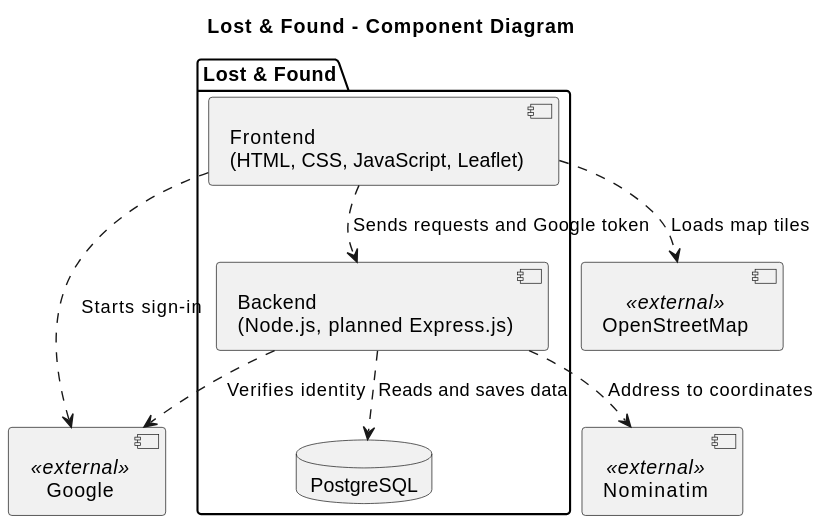
This is docs/assets/diagrams/component-diagram.svg from Reenial/LEGIS, a PlantUML export, as it was before one commit.
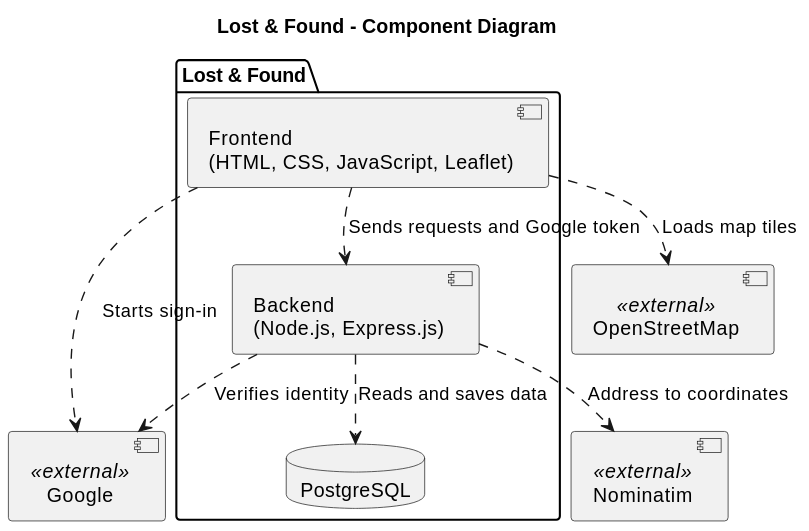
The same file after the commit.

The edit, as a diff of the source:
```diff
@@ -3,7 +3,7 @@
 title Lost & Found - Component Diagram
 package "Lost & Found" {
  component "Frontend\n(HTML, CSS, JavaScript, Leaflet)" as F
- component "Backend\n(Node.js, planned Express.js)" as B
+ component "Backend\n(Node.js, Express.js)" as B
  database "PostgreSQL" as D
  F ..> B : Sends requests and Google token
  B ..> D : Reads and saves data
```
